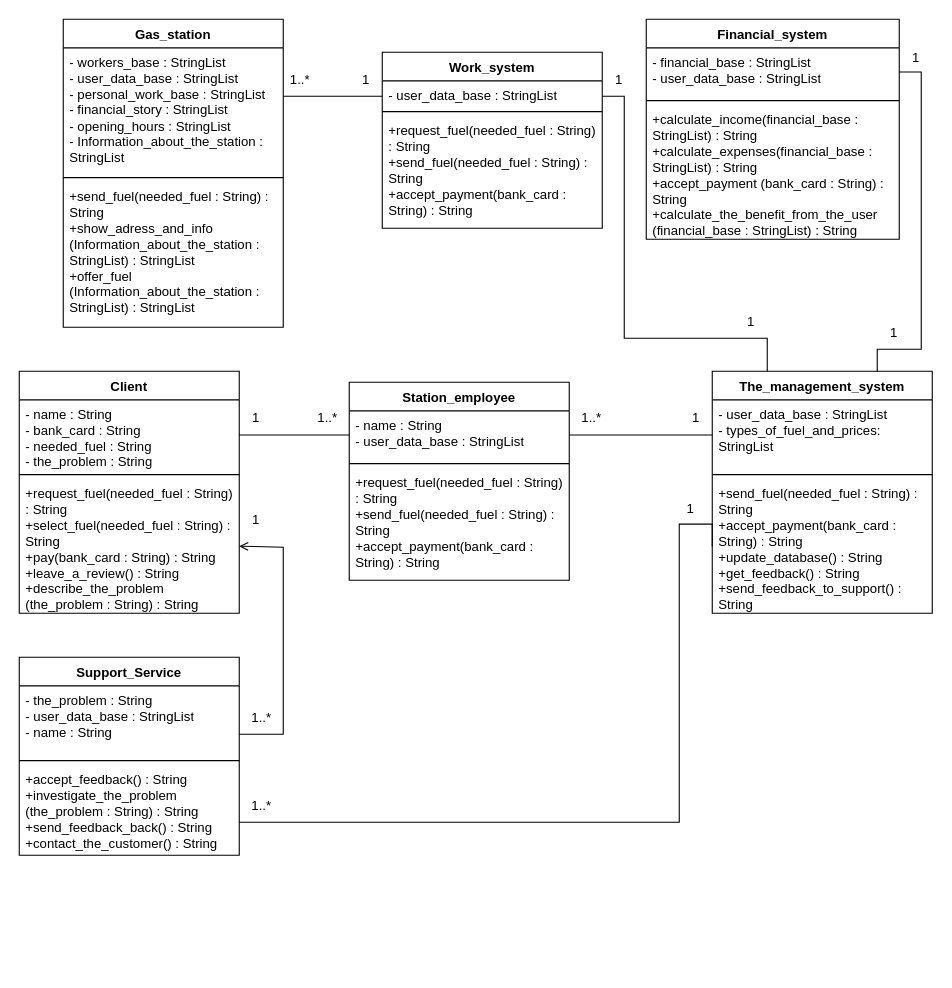
Above: 1.drawio in Helpmepleaseitishard/Aikms (draw.io), before the change. Source tidied: cells renumbered, new cells numbered last; positions are measured from the earlier drawing's top-left corner, leaving out a move shared by most shapes. Both pictures are drawn from the tidied source at 110%, with x=0, y=0 at pixel (19, 19).
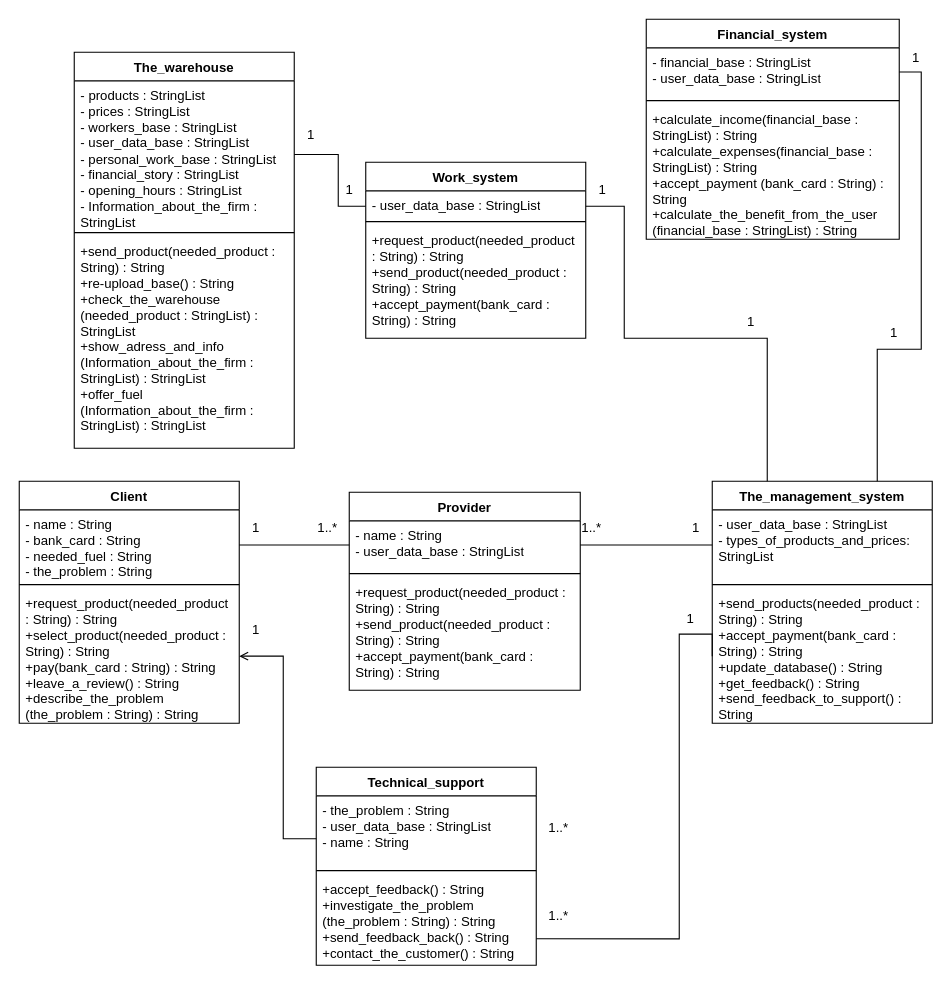
After the change.

The change refers to these unchanged cells:
```xml
<mxCell id="16" value="&lt;div&gt;- the_problem : String&lt;/div&gt;&lt;div&gt;&lt;div&gt;&lt;div&gt;-&amp;nbsp;user_data_base : StringList&lt;div&gt;&lt;div&gt;- name : String&lt;/div&gt;&lt;/div&gt;&lt;/div&gt;&lt;/div&gt;&lt;/div&gt;" style="text;strokeColor=none;fillColor=none;align=left;verticalAlign=top;spacingLeft=4;spacingRight=4;overflow=hidden;points=[[0,0.5],[1,0.5]];portConstraint=eastwest;whiteSpace=wrap;html=1;" parent="15" vertex="1">
  <mxGeometry y="26" width="200" height="64" as="geometry" />
</mxCell>
<mxCell id="18" value="+accept_feedback() : String&lt;br&gt;+investigate_the_problem (the_problem : String) : String&lt;br&gt;+send_feedback_back() : String&lt;br&gt;+contact_the_customer() : String" style="text;strokeColor=none;fillColor=none;align=left;verticalAlign=top;spacingLeft=4;spacingRight=4;overflow=hidden;points=[[0,0.5],[1,0.5]];portConstraint=eastwest;whiteSpace=wrap;html=1;" parent="15" vertex="1">
  <mxGeometry y="98" width="200" height="82" as="geometry" />
</mxCell>
```

What changed in the source:
```diff
@@
     <mxCell id="2" value="The_management_system" style="swimlane;fontStyle=1;align=center;verticalAlign=top;horizontal=1;startSize=26;whiteSpace=wrap;html=1;" parent="1" vertex="1">
-      <mxGeometry x="630" y="320" width="200" height="220" as="geometry" />
+      <mxGeometry x="630" y="420" width="200" height="220" as="geometry" />
     </mxCell>
-    <mxCell id="3" value="&lt;div&gt;-&amp;nbsp;user_data_base : StringList&lt;/div&gt;&lt;div&gt;&lt;div&gt;&lt;div&gt;- types_of_fuel_and_prices: StringList&lt;/div&gt;&lt;/div&gt;&lt;/div&gt;" style="text;strokeColor=none;fillColor=none;align=left;verticalAlign=top;spacingLeft=4;spacingRight=4;overflow=hidden;points=[[0,0.5],[1,0.5]];portConstraint=eastwest;whiteSpace=wrap;html=1;" parent="2" vertex="1">
+    <mxCell id="3" value="&lt;div&gt;-&amp;nbsp;user_data_base : StringList&lt;/div&gt;&lt;div&gt;&lt;div&gt;&lt;div&gt;- types_of_products_and_prices: StringList&lt;/div&gt;&lt;/div&gt;&lt;/div&gt;" style="text;strokeColor=none;fillColor=none;align=left;verticalAlign=top;spacingLeft=4;spacingRight=4;overflow=hidden;points=[[0,0.5],[1,0.5]];portConstraint=eastwest;whiteSpace=wrap;html=1;" parent="2" vertex="1">
       <mxGeometry y="26" width="200" height="64" as="geometry" />
     </mxCell>
@@
-    <mxCell id="5" value="+send_fuel(needed_fuel : String) : String&lt;br&gt;+accept_payment(bank_card : String) : String&lt;br&gt;+update_database() : String&lt;br&gt;+get_feedback() : String&lt;br&gt;+send_feedback_to_support() : String" style="text;strokeColor=none;fillColor=none;align=left;verticalAlign=top;spacingLeft=4;spacingRight=4;overflow=hidden;points=[[0,0.5],[1,0.5]];portConstraint=eastwest;whiteSpace=wrap;html=1;" parent="2" vertex="1">
+    <mxCell id="5" value="+send_products(needed_product : String) : String&lt;br&gt;+accept_payment(bank_card : String) : String&lt;br&gt;+update_database() : String&lt;br&gt;+get_feedback() : String&lt;br&gt;+send_feedback_to_support() : String" style="text;strokeColor=none;fillColor=none;align=left;verticalAlign=top;spacingLeft=4;spacingRight=4;overflow=hidden;points=[[0,0.5],[1,0.5]];portConstraint=eastwest;whiteSpace=wrap;html=1;" parent="2" vertex="1">
       <mxGeometry y="98" width="200" height="122" as="geometry" />
     </mxCell>
-    <mxCell id="6" value="Station_employee" style="swimlane;fontStyle=1;align=center;verticalAlign=top;horizontal=1;startSize=26;whiteSpace=wrap;html=1;" parent="1" vertex="1">
-      <mxGeometry x="300" y="330" width="200" height="180" as="geometry" />
+    <mxCell id="6" value="Provider" style="swimlane;fontStyle=1;align=center;verticalAlign=top;horizontal=1;startSize=26;whiteSpace=wrap;html=1;" parent="1" vertex="1">
+      <mxGeometry x="300" y="430" width="210" height="180" as="geometry" />
     </mxCell>
     <mxCell id="7" value="&lt;div&gt;- name : String&lt;/div&gt;&lt;div&gt;&lt;div&gt;&lt;div&gt;&lt;div&gt;&lt;div&gt;- user_data_base : StringList&lt;/div&gt;&lt;/div&gt;&lt;/div&gt;&lt;/div&gt;&lt;/div&gt;" style="text;strokeColor=none;fillColor=none;align=left;verticalAlign=top;spacingLeft=4;spacingRight=4;overflow=hidden;points=[[0,0.5],[1,0.5]];portConstraint=eastwest;whiteSpace=wrap;html=1;" parent="6" vertex="1">
-      <mxGeometry y="26" width="200" height="44" as="geometry" />
+      <mxGeometry y="26" width="210" height="44" as="geometry" />
     </mxCell>
     <mxCell id="8" style="line;strokeWidth=1;fillColor=none;align=left;verticalAlign=middle;spacingTop=-1;spacingLeft=3;spacingRight=3;labelPosition=right;strokeColor=inherit;" parent="6" vertex="1">
-      <mxGeometry y="70" width="200" height="8" as="geometry" />
+      <mxGeometry y="70" width="210" height="8" as="geometry" />
     </mxCell>
-    <mxCell id="9" value="+request_fuel(needed_fuel : String) : String&lt;br&gt;+send_fuel(needed_fuel : String) : String&lt;br&gt;+accept_payment(bank_card : String) : String" style="text;strokeColor=none;fillColor=none;align=left;verticalAlign=top;spacingLeft=4;spacingRight=4;overflow=hidden;whiteSpace=wrap;html=1;" parent="6" vertex="1">
-      <mxGeometry y="78" width="200" height="102" as="geometry" />
+    <mxCell id="9" value="+request_product(needed_product : String) : String&lt;br&gt;+send_product(needed_product : String) : String&lt;br&gt;+accept_payment(bank_card : String) : String" style="text;strokeColor=none;fillColor=none;align=left;verticalAlign=top;spacingLeft=4;spacingRight=4;overflow=hidden;whiteSpace=wrap;html=1;" parent="6" vertex="1">
+      <mxGeometry y="78" width="210" height="102" as="geometry" />
     </mxCell>
     <mxCell id="10" value="Client" style="swimlane;fontStyle=1;align=center;verticalAlign=top;horizontal=1;startSize=26;whiteSpace=wrap;html=1;" parent="1" vertex="1">
-      <mxGeometry y="320" width="200" height="220" as="geometry" />
+      <mxGeometry y="420" width="200" height="220" as="geometry" />
     </mxCell>
@@
-    <mxCell id="13" value="+request_fuel(needed_fuel : String) : String&lt;br&gt;+select_fuel(needed_fuel : String) : String&lt;br&gt;+pay(bank_card : String) : String&lt;br&gt;+leave_a_review() : String&lt;br&gt;+describe_the_problem (the_problem : String) : String" style="text;strokeColor=none;fillColor=none;align=left;verticalAlign=top;spacingLeft=4;spacingRight=4;overflow=hidden;points=[[0,0.5],[1,0.5]];portConstraint=eastwest;whiteSpace=wrap;html=1;" parent="10" vertex="1">
+    <mxCell id="13" value="+request_product(needed_product : String) : String&lt;br&gt;+select_product(needed_product : String) : String&lt;br&gt;+pay(bank_card : String) : String&lt;br&gt;+leave_a_review() : String&lt;br&gt;+describe_the_problem (the_problem : String) : String" style="text;strokeColor=none;fillColor=none;align=left;verticalAlign=top;spacingLeft=4;spacingRight=4;overflow=hidden;points=[[0,0.5],[1,0.5]];portConstraint=eastwest;whiteSpace=wrap;html=1;" parent="10" vertex="1">
       <mxGeometry y="98" width="200" height="122" as="geometry" />
     </mxCell>
-    <mxCell id="14" style="edgeStyle=orthogonalEdgeStyle;rounded=0;jettySize=auto;html=1;entryX=1;entryY=0.5;entryDx=0;entryDy=0;strokeWidth=1;endArrow=open;endFill=0;startArrow=none;startFill=0;" parent="1" edge="1" target="13">
+    <mxCell id="14" style="edgeStyle=orthogonalEdgeStyle;rounded=0;jettySize=auto;html=1;entryX=1;entryY=0.5;entryDx=0;entryDy=0;strokeWidth=1;endArrow=open;endFill=0;startArrow=none;startFill=0;exitX=0;exitY=0.609;exitDx=0;exitDy=0;exitPerimeter=0;" parent="1" edge="1" source="16" target="13">
       <mxGeometry relative="1" as="geometry">
-        <mxPoint x="200" y="650" as="sourcePoint" />
         <Array as="points">
-          <mxPoint x="240" y="650" />
-          <mxPoint x="240" y="480" />
+          <mxPoint x="240" y="745" />
+          <mxPoint x="240" y="579" />
         </Array>
       </mxGeometry>
     </mxCell>
-    <mxCell id="15" value="Support_Service" style="swimlane;fontStyle=1;align=center;verticalAlign=top;horizontal=1;startSize=26;whiteSpace=wrap;html=1;" parent="1" vertex="1">
-      <mxGeometry y="580" width="200" height="180" as="geometry" />
+    <mxCell id="15" value="Technical_support" style="swimlane;fontStyle=1;align=center;verticalAlign=top;horizontal=1;startSize=26;whiteSpace=wrap;html=1;" parent="1" vertex="1">
+      <mxGeometry x="270" y="680" width="200" height="180" as="geometry" />
     </mxCell>
@@
-    <mxCell id="21" style="edgeStyle=orthogonalEdgeStyle;rounded=0;jettySize=auto;html=1;exitX=0;exitY=0.5;exitDx=0;exitDy=0;endArrow=none;endFill=0;startFill=0;" parent="1" edge="1" source="5">
+    <mxCell id="21" style="edgeStyle=orthogonalEdgeStyle;rounded=0;jettySize=auto;html=1;exitX=0;exitY=0.5;exitDx=0;exitDy=0;endArrow=none;endFill=0;startFill=0;entryX=1;entryY=0.707;entryDx=0;entryDy=0;entryPerimeter=0;" parent="1" edge="1" source="5" target="18">
       <mxGeometry relative="1" as="geometry">
-        <mxPoint x="200" y="730" as="targetPoint" />
         <Array as="points">
-          <mxPoint x="600" y="459" />
-          <mxPoint x="600" y="730" />
-          <mxPoint x="200" y="730" />
+          <mxPoint x="630" y="559" />
+          <mxPoint x="600" y="559" />
+          <mxPoint x="600" y="836" />
         </Array>
       </mxGeometry>
     </mxCell>
     <mxCell id="22" value="1..*" style="text;html=1;align=center;verticalAlign=middle;strokeColor=none;fillColor=none;" parent="1" vertex="1">
-      <mxGeometry x="260" y="348" width="40" height="30" as="geometry" />
+      <mxGeometry x="260" y="448" width="40" height="30" as="geometry" />
     </mxCell>
     <mxCell id="23" value="1" style="text;html=1;align=center;verticalAlign=middle;strokeColor=none;fillColor=none;" parent="1" vertex="1">
-      <mxGeometry x="200" y="348" width="30" height="30" as="geometry" />
+      <mxGeometry x="200" y="448" width="30" height="30" as="geometry" />
     </mxCell>
     <mxCell id="24" value="1" style="text;html=1;align=center;verticalAlign=middle;strokeColor=none;fillColor=none;" parent="1" vertex="1">
-      <mxGeometry x="595" y="430" width="30" height="30" as="geometry" />
+      <mxGeometry x="595" y="530" width="30" height="30" as="geometry" />
     </mxCell>
     <mxCell id="25" value="1" style="text;html=1;align=center;verticalAlign=middle;strokeColor=none;fillColor=none;" parent="1" vertex="1">
-      <mxGeometry x="600" y="348" width="30" height="30" as="geometry" />
+      <mxGeometry x="600" y="448" width="30" height="30" as="geometry" />
     </mxCell>
     <mxCell id="26" value="1..*" style="text;html=1;align=center;verticalAlign=middle;strokeColor=none;fillColor=none;" parent="1" vertex="1">
-      <mxGeometry x="200" y="700" width="40" height="30" as="geometry" />
+      <mxGeometry x="470" y="800" width="40" height="30" as="geometry" />
     </mxCell>
     <mxCell id="27" value="1" style="text;html=1;align=center;verticalAlign=middle;strokeColor=none;fillColor=none;" parent="1" vertex="1">
-      <mxGeometry x="200" y="440" width="30" height="30" as="geometry" />
+      <mxGeometry x="200" y="540" width="30" height="30" as="geometry" />
     </mxCell>
     <mxCell id="28" value="1..*" style="text;html=1;align=center;verticalAlign=middle;strokeColor=none;fillColor=none;" parent="1" vertex="1">
-      <mxGeometry x="500" y="348" width="40" height="30" as="geometry" />
+      <mxGeometry x="500" y="448" width="40" height="30" as="geometry" />
     </mxCell>
     <mxCell id="29" value="1..*" style="text;html=1;align=center;verticalAlign=middle;strokeColor=none;fillColor=none;" parent="1" vertex="1">
-      <mxGeometry x="200" y="620" width="40" height="30" as="geometry" />
+      <mxGeometry x="470" y="720" width="40" height="30" as="geometry" />
     </mxCell>
@@
     <mxCell id="34" style="edgeStyle=none;curved=0;rounded=0;jettySize=auto;html=1;exitX=1;exitY=0.25;exitDx=0;exitDy=0;entryX=0.25;entryY=0;entryDx=0;entryDy=0;fontSize=12;startSize=8;endSize=8;endArrow=none;startFill=0;" parent="1" edge="1" source="36" target="2">
       <mxGeometry relative="1" as="geometry">
         <Array as="points">
-          <mxPoint x="550" y="70" />
+          <mxPoint x="550" y="170" />
           <mxPoint x="550" y="290" />
           <mxPoint x="680" y="290" />
         </Array>
       </mxGeometry>
     </mxCell>
-    <mxCell id="35" style="edgeStyle=none;curved=0;rounded=0;jettySize=auto;html=1;exitX=0;exitY=0.25;exitDx=0;exitDy=0;entryX=1;entryY=0.25;entryDx=0;entryDy=0;fontSize=12;startSize=8;endSize=8;endArrow=none;startFill=0;" parent="1" edge="1" source="36" target="41">
-      <mxGeometry relative="1" as="geometry" />
+    <mxCell id="35" style="edgeStyle=none;curved=0;rounded=0;jettySize=auto;html=1;exitX=0;exitY=0.25;exitDx=0;exitDy=0;fontSize=12;startSize=8;endSize=8;endArrow=none;startFill=0;entryX=1;entryY=0.5;entryDx=0;entryDy=0;" parent="1" edge="1" source="36" target="42">
+      <mxGeometry relative="1" as="geometry">
+        <Array as="points">
+          <mxPoint x="290" y="170" />
+          <mxPoint x="290" y="123" />
+        </Array>
+      </mxGeometry>
     </mxCell>
     <mxCell id="36" value="Work_system" style="swimlane;fontStyle=1;align=center;verticalAlign=top;horizontal=1;startSize=26;whiteSpace=wrap;html=1;" parent="1" vertex="1">
-      <mxGeometry x="330" y="30" width="200" height="160" as="geometry" />
+      <mxGeometry x="315" y="130" width="200" height="160" as="geometry" />
     </mxCell>
@@
-    <mxCell id="39" value="+request_fuel(needed_fuel : String) : String&lt;br&gt;+send_fuel(needed_fuel : String) : String&lt;br&gt;+accept_payment(bank_card : String) : String" style="text;strokeColor=none;fillColor=none;align=left;verticalAlign=top;spacingLeft=4;spacingRight=4;overflow=hidden;whiteSpace=wrap;html=1;" parent="36" vertex="1">
+    <mxCell id="39" value="+request_product(needed_product : String) : String&lt;br&gt;+send_product(needed_product : String) : String&lt;br&gt;+accept_payment(bank_card : String) : String" style="text;strokeColor=none;fillColor=none;align=left;verticalAlign=top;spacingLeft=4;spacingRight=4;overflow=hidden;whiteSpace=wrap;html=1;" parent="36" vertex="1">
       <mxGeometry y="58" width="200" height="102" as="geometry" />
     </mxCell>
@@
-    <mxCell id="41" value="Gas_station" style="swimlane;fontStyle=1;align=center;verticalAlign=top;horizontal=1;startSize=26;whiteSpace=wrap;html=1;" parent="1" vertex="1">
-      <mxGeometry x="40" width="200" height="280" as="geometry" />
+    <mxCell id="41" value="The_warehouse" style="swimlane;fontStyle=1;align=center;verticalAlign=top;horizontal=1;startSize=26;whiteSpace=wrap;html=1;" parent="1" vertex="1">
+      <mxGeometry x="50" y="30" width="200" height="360" as="geometry" />
     </mxCell>
-    <mxCell id="42" value="&lt;div&gt;&lt;div&gt;- workers_base : StringList&lt;/div&gt;&lt;/div&gt;&lt;div&gt;&lt;div&gt;&lt;div&gt;&lt;div&gt;&lt;div&gt;- user_data_base : StringList&lt;/div&gt;&lt;div&gt;- personal_work_base : StringList&lt;/div&gt;&lt;div&gt;- financial_story  : StringList&lt;/div&gt;&lt;div&gt;- opening_hours : StringList&lt;/div&gt;&lt;div&gt;- Information_about_the_station : StringList&lt;/div&gt;&lt;/div&gt;&lt;/div&gt;&lt;/div&gt;&lt;/div&gt;" style="text;strokeColor=none;fillColor=none;align=left;verticalAlign=top;spacingLeft=4;spacingRight=4;overflow=hidden;points=[[0,0.5],[1,0.5]];portConstraint=eastwest;whiteSpace=wrap;html=1;" parent="41" vertex="1">
-      <mxGeometry y="26" width="200" height="114" as="geometry" />
+    <mxCell id="42" value="&lt;div&gt;&lt;div&gt;&lt;div&gt;- &lt;span style=&quot;white-space: pre-wrap;&quot; class=&quot;aNeGP0gI0B9AV8JaHPyH&quot;&gt;product&lt;/span&gt;s : StringList&lt;/div&gt;&lt;div&gt;&lt;div&gt;- prices : StringList&lt;/div&gt;&lt;div&gt;&lt;div&gt;&lt;div&gt;- workers_base : StringList&lt;/div&gt;&lt;/div&gt;&lt;div&gt;&lt;div&gt;&lt;div&gt;&lt;div&gt;&lt;div&gt;- user_data_base : StringList&lt;/div&gt;&lt;div&gt;- personal_work_base : StringList&lt;/div&gt;&lt;div&gt;- financial_story  : StringList&lt;/div&gt;&lt;div&gt;- opening_hours : StringList&lt;/div&gt;&lt;div&gt;- Information_about_the_firm : StringList&lt;/div&gt;&lt;/div&gt;&lt;/div&gt;&lt;/div&gt;&lt;/div&gt;&lt;/div&gt;&lt;div&gt;&lt;div&gt;&lt;br&gt;&lt;br&gt;&lt;/div&gt;&lt;/div&gt;&lt;/div&gt;&lt;/div&gt;&lt;/div&gt;" style="text;strokeColor=none;fillColor=none;align=left;verticalAlign=top;spacingLeft=4;spacingRight=4;overflow=hidden;points=[[0,0.5],[1,0.5]];portConstraint=eastwest;whiteSpace=wrap;html=1;" parent="41" vertex="1">
+      <mxGeometry y="26" width="200" height="134" as="geometry" />
     </mxCell>
     <mxCell id="43" style="line;strokeWidth=1;fillColor=none;align=left;verticalAlign=middle;spacingTop=-1;spacingLeft=3;spacingRight=3;labelPosition=right;strokeColor=inherit;" parent="41" vertex="1">
-      <mxGeometry y="140" width="200" height="8" as="geometry" />
+      <mxGeometry y="160" width="200" height="8" as="geometry" />
     </mxCell>
-    <mxCell id="44" value="+send_fuel(needed_fuel : String) : String&lt;br&gt;&lt;div&gt;+show_adress_and_info (Information_about_the_station : StringList) : StringList&lt;/div&gt;&lt;div&gt;+offer_fuel (Information_about_the_station : StringList) : StringList&lt;/div&gt;" style="text;strokeColor=none;fillColor=none;align=left;verticalAlign=top;spacingLeft=4;spacingRight=4;overflow=hidden;whiteSpace=wrap;html=1;" parent="41" vertex="1">
-      <mxGeometry y="148" width="200" height="132" as="geometry" />
+    <mxCell id="44" value="+send_product(needed_product : String) : String&lt;br&gt;&lt;div&gt;&lt;div&gt;&lt;div&gt;&lt;div&gt;+re-upload_base() : String&lt;/div&gt;&lt;div&gt;+check_the_warehouse (needed_product : StringList) : StringList&lt;/div&gt;&lt;div&gt;&lt;div&gt;+show_adress_and_info (Information_about_the_firm : StringList) : StringList&lt;/div&gt;&lt;div&gt;+offer_fuel (Information_about_the_firm : StringList) : StringList&lt;/div&gt;&lt;/div&gt;&lt;/div&gt;&lt;/div&gt;&lt;/div&gt;" style="text;strokeColor=none;fillColor=none;align=left;verticalAlign=top;spacingLeft=4;spacingRight=4;overflow=hidden;whiteSpace=wrap;html=1;" parent="41" vertex="1">
+      <mxGeometry y="168" width="200" height="192" as="geometry" />
     </mxCell>
@@
     <mxCell id="48" value="1" style="text;html=1;align=center;verticalAlign=middle;strokeColor=none;fillColor=none;" parent="1" vertex="1">
-      <mxGeometry x="530" y="40" width="30" height="30" as="geometry" />
+      <mxGeometry x="515" y="140" width="30" height="30" as="geometry" />
     </mxCell>
     <mxCell id="49" value="1" style="text;html=1;align=center;verticalAlign=middle;strokeColor=none;fillColor=none;" parent="1" vertex="1">
-      <mxGeometry x="300" y="40" width="30" height="30" as="geometry" />
+      <mxGeometry x="285" y="140" width="30" height="30" as="geometry" />
     </mxCell>
-    <mxCell id="50" value="1..*" style="text;html=1;align=center;verticalAlign=middle;strokeColor=none;fillColor=none;" parent="1" vertex="1">
-      <mxGeometry x="235" y="40" width="40" height="30" as="geometry" />
+    <mxCell id="50" value="1" style="text;html=1;align=center;verticalAlign=middle;strokeColor=none;fillColor=none;" parent="1" vertex="1">
+      <mxGeometry x="250" y="90" width="30" height="30" as="geometry" />
     </mxCell>
```
